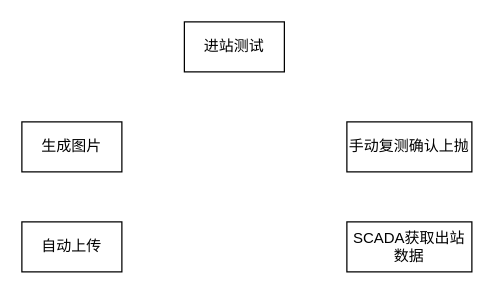
The draw.io diagram Untitled Diagram.drawio in ZGGSONG/img_hosting, before the edit. Source tidied: cells renumbered, new cells numbered last; positions are measured from the earlier drawing's top-left corner, leaving out a move shared by most shapes. Both pictures are drawn from the tidied source at 125%, with x=0, y=0 at pixel (21, 21).
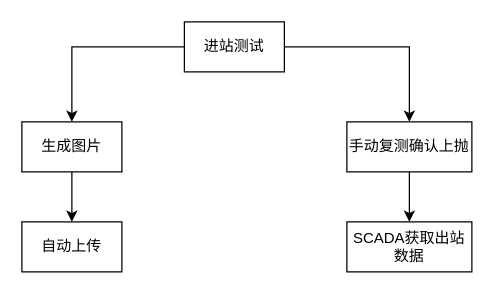
After the change.

Diff of the diagram source:
```diff
@@
 <mxGraphModel>
   <root>
     <mxCell id="0" />
     <mxCell id="1" parent="0" />
+    <mxCell id="7" style="edgeStyle=orthogonalEdgeStyle;rounded=0;jettySize=auto;html=1;entryX=0.5;entryY=0;entryDx=0;entryDy=0;" parent="1" edge="1" source="2" target="3">
+      <mxGeometry relative="1" as="geometry" />
+    </mxCell>
+    <mxCell id="8" style="edgeStyle=orthogonalEdgeStyle;rounded=0;jettySize=auto;html=1;entryX=0.5;entryY=0;entryDx=0;entryDy=0;" parent="1" edge="1" source="2" target="4">
+      <mxGeometry relative="1" as="geometry" />
+    </mxCell>
     <mxCell id="2" value="进站测试" style="rounded=0;whiteSpace=wrap;html=1;" parent="1" vertex="1">
       <mxGeometry x="130" width="80" height="40" as="geometry" />
     </mxCell>
+    <mxCell id="9" style="edgeStyle=orthogonalEdgeStyle;rounded=0;jettySize=auto;html=1;" parent="1" edge="1" source="3" target="5">
+      <mxGeometry relative="1" as="geometry" />
+    </mxCell>
     <mxCell id="3" value="生成图片" style="rounded=0;whiteSpace=wrap;html=1;" parent="1" vertex="1">
       <mxGeometry y="80" width="80" height="40" as="geometry" />
     </mxCell>
+    <mxCell id="10" style="edgeStyle=orthogonalEdgeStyle;rounded=0;jettySize=auto;html=1;" parent="1" edge="1" source="4" target="6">
+      <mxGeometry relative="1" as="geometry" />
+    </mxCell>
     <mxCell id="4" value="手动复测确认上抛" style="rounded=0;whiteSpace=wrap;html=1;" parent="1" vertex="1">
       <mxGeometry x="260" y="80" width="100" height="40" as="geometry" />
     </mxCell>
     <mxCell id="5" value="自动上传" style="rounded=0;whiteSpace=wrap;html=1;" parent="1" vertex="1">
       <mxGeometry y="160" width="80" height="40" as="geometry" />
     </mxCell>
     <mxCell id="6" value="SCADA获取出站数据" style="rounded=0;whiteSpace=wrap;html=1;" parent="1" vertex="1">
       <mxGeometry x="260" y="160" width="100" height="40" as="geometry" />
     </mxCell>
   </root>
 </mxGraphModel>
```
